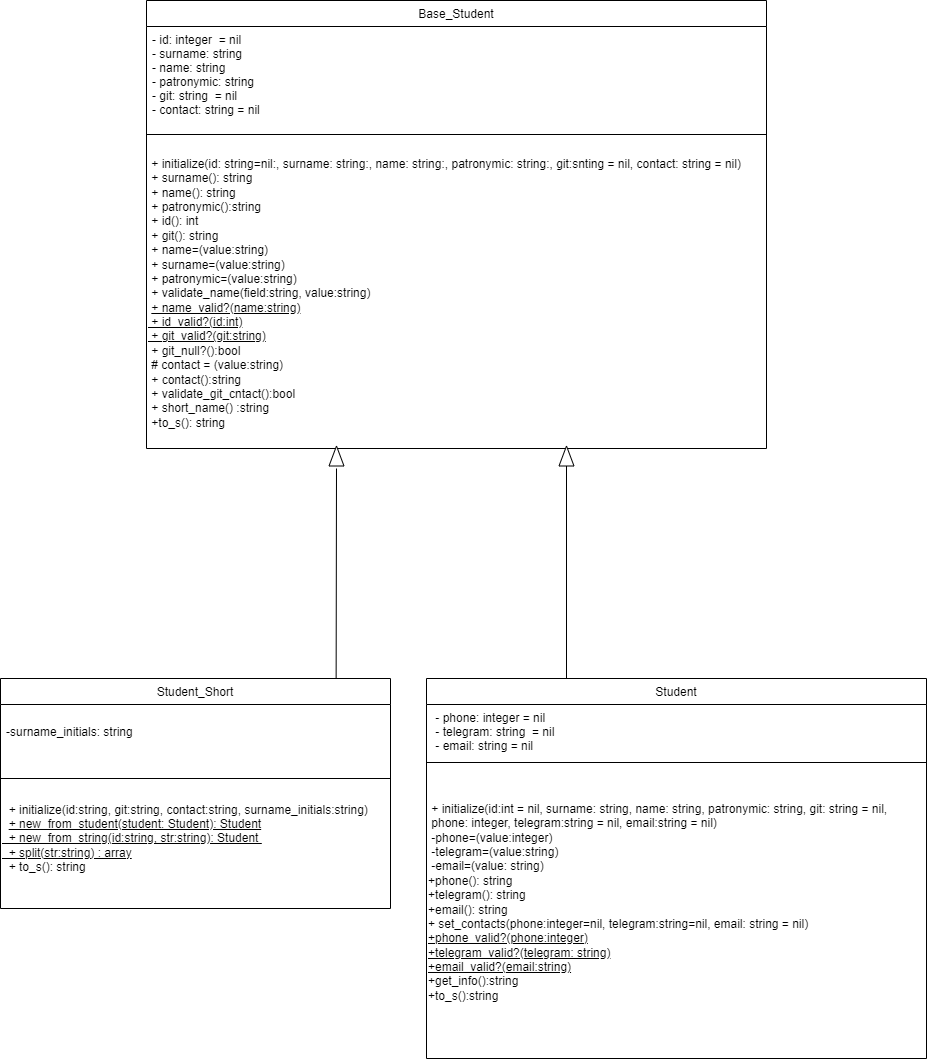
Above: student3/Student.png in ChlnCh0pa/ruby1 (draw.io), before the change. Source tidied: cells renumbered, new cells last; positions are measured from the earlier drawing's top-left corner, leaving out a move shared by most shapes.
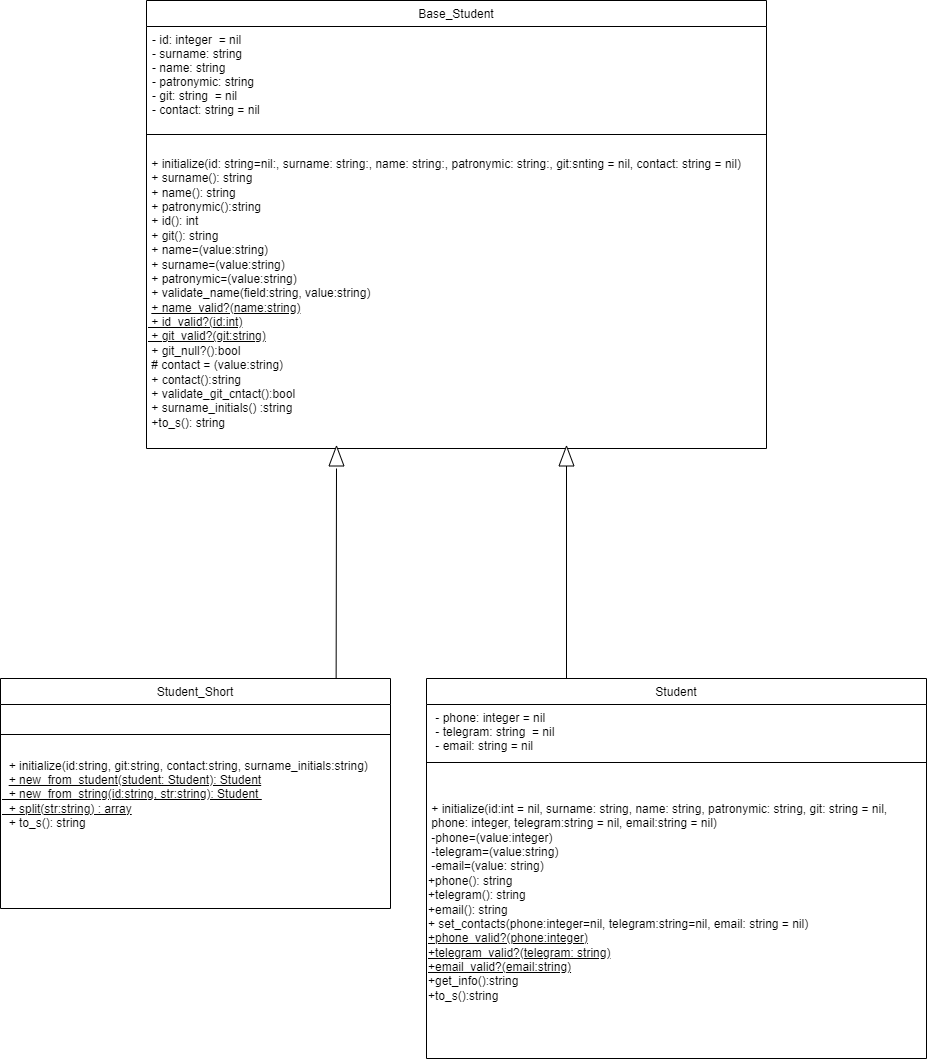
After the change.

Commit message:
Lab2. Final update diagramm

What changed in the source:
```diff
@@ -11,7 +11,7 @@
     <mxCell id="4" style="line;html=1;strokeWidth=1;align=left;verticalAlign=middle;spacingTop=-1;spacingLeft=3;spacingRight=3;labelPosition=right;" parent="2" vertex="1">
       <mxGeometry y="130" width="620" height="8" as="geometry" />
     </mxCell>
-    <mxCell id="5" value="&lt;span style=&quot;text-wrap: nowrap;&quot;&gt;&amp;nbsp;+ initialize(id: string=nil:, surname: string:, name: string:, patronymic: string:, git:snting = nil, contact: string = nil)&amp;nbsp;&lt;/span&gt;&lt;br style=&quot;padding: 0px; margin: 0px; text-wrap: nowrap;&quot;&gt;&lt;span style=&quot;text-wrap: nowrap;&quot;&gt;&amp;nbsp;+ surname(): string&amp;nbsp;&lt;/span&gt;&lt;br style=&quot;padding: 0px; margin: 0px; text-wrap: nowrap;&quot;&gt;&lt;span style=&quot;text-wrap: nowrap;&quot;&gt;&amp;nbsp;+ name(): string&amp;nbsp; &amp;nbsp;&amp;nbsp;&lt;/span&gt;&lt;br style=&quot;padding: 0px; margin: 0px; text-wrap: nowrap;&quot;&gt;&lt;span style=&quot;text-wrap: nowrap;&quot;&gt;&amp;nbsp;+ patronymic():string&amp;nbsp;&lt;/span&gt;&lt;br style=&quot;padding: 0px; margin: 0px; text-wrap: nowrap;&quot;&gt;&lt;span style=&quot;text-wrap: nowrap;&quot;&gt;&amp;nbsp;+ id(): int&amp;nbsp; &amp;nbsp; &amp;nbsp;&lt;/span&gt;&lt;br style=&quot;padding: 0px; margin: 0px; text-wrap: nowrap;&quot;&gt;&lt;span style=&quot;text-wrap: nowrap;&quot;&gt;&amp;nbsp;+ git(): string&amp;nbsp; &amp;nbsp;&amp;nbsp;&lt;/span&gt;&lt;div&gt;&lt;span style=&quot;text-wrap: nowrap;&quot;&gt;&amp;nbsp;+ name=(value:string)&lt;/span&gt;&lt;br style=&quot;padding: 0px; margin: 0px; text-wrap: nowrap;&quot;&gt;&lt;span style=&quot;text-wrap: nowrap;&quot;&gt;&amp;nbsp;+ surname=(value:string)&lt;/span&gt;&lt;br style=&quot;padding: 0px; margin: 0px; text-wrap: nowrap;&quot;&gt;&lt;span style=&quot;text-wrap: nowrap;&quot;&gt;&amp;nbsp;+ patronymic=(value:string)&lt;/span&gt;&lt;br style=&quot;padding: 0px; margin: 0px; text-wrap: nowrap;&quot;&gt;&lt;span style=&quot;text-wrap: nowrap;&quot;&gt;&amp;nbsp;+ validate_name(field:string, value:string)&lt;/span&gt;&lt;br style=&quot;padding: 0px; margin: 0px; text-wrap: nowrap;&quot;&gt;&lt;span style=&quot;text-wrap: nowrap;&quot;&gt;&amp;nbsp;&lt;u&gt;+ name_valid?(name:string)&lt;/u&gt;&lt;/span&gt;&lt;u&gt;&lt;br style=&quot;padding: 0px; margin: 0px; text-wrap: nowrap;&quot;&gt;&lt;span style=&quot;text-wrap: nowrap;&quot;&gt;&amp;nbsp;+ id_valid?(id:int)&lt;/span&gt;&lt;br style=&quot;padding: 0px; margin: 0px; text-wrap: nowrap;&quot;&gt;&lt;span style=&quot;text-wrap: nowrap;&quot;&gt;&amp;nbsp;+ git_valid?(git:string)&lt;/span&gt;&lt;/u&gt;&lt;br style=&quot;padding: 0px; margin: 0px; text-wrap: nowrap;&quot;&gt;&lt;span style=&quot;text-wrap: nowrap;&quot;&gt;&amp;nbsp;+ git_null?():bool&lt;/span&gt;&lt;br style=&quot;padding: 0px; margin: 0px; text-wrap: nowrap;&quot;&gt;&lt;span style=&quot;text-wrap: nowrap;&quot;&gt;&amp;nbsp;# contact = (value:string)&lt;/span&gt;&lt;br style=&quot;padding: 0px; margin: 0px; text-wrap: nowrap;&quot;&gt;&lt;span style=&quot;text-wrap: nowrap;&quot;&gt;&amp;nbsp;+ contact():string&lt;/span&gt;&lt;br style=&quot;padding: 0px; margin: 0px; text-wrap: nowrap;&quot;&gt;&lt;span style=&quot;text-wrap: nowrap;&quot;&gt;&amp;nbsp;+ validate_git_cntact():bool&lt;/span&gt;&lt;br style=&quot;padding: 0px; margin: 0px; text-wrap: nowrap;&quot;&gt;&lt;span style=&quot;text-wrap: nowrap;&quot;&gt;&amp;nbsp;+ short_name() :string&lt;/span&gt;&lt;br style=&quot;padding: 0px; margin: 0px; text-wrap: nowrap;&quot;&gt;&lt;span style=&quot;text-wrap: nowrap;&quot;&gt;&amp;nbsp;+to_s(): string&amp;nbsp;&lt;/span&gt;&lt;/div&gt;" style="text;html=1;align=left;verticalAlign=middle;whiteSpace=wrap;rounded=0;" parent="2" vertex="1">
+    <mxCell id="5" value="&lt;span style=&quot;text-wrap: nowrap;&quot;&gt;&amp;nbsp;+ initialize(id: string=nil:, surname: string:, name: string:, patronymic: string:, git:snting = nil, contact: string = nil)&amp;nbsp;&lt;/span&gt;&lt;br style=&quot;padding: 0px; margin: 0px; text-wrap: nowrap;&quot;&gt;&lt;span style=&quot;text-wrap: nowrap;&quot;&gt;&amp;nbsp;+ surname(): string&amp;nbsp;&lt;/span&gt;&lt;br style=&quot;padding: 0px; margin: 0px; text-wrap: nowrap;&quot;&gt;&lt;span style=&quot;text-wrap: nowrap;&quot;&gt;&amp;nbsp;+ name(): string&amp;nbsp; &amp;nbsp;&amp;nbsp;&lt;/span&gt;&lt;br style=&quot;padding: 0px; margin: 0px; text-wrap: nowrap;&quot;&gt;&lt;span style=&quot;text-wrap: nowrap;&quot;&gt;&amp;nbsp;+ patronymic():string&amp;nbsp;&lt;/span&gt;&lt;br style=&quot;padding: 0px; margin: 0px; text-wrap: nowrap;&quot;&gt;&lt;span style=&quot;text-wrap: nowrap;&quot;&gt;&amp;nbsp;+ id(): int&amp;nbsp; &amp;nbsp; &amp;nbsp;&lt;/span&gt;&lt;br style=&quot;padding: 0px; margin: 0px; text-wrap: nowrap;&quot;&gt;&lt;span style=&quot;text-wrap: nowrap;&quot;&gt;&amp;nbsp;+ git(): string&amp;nbsp; &amp;nbsp;&amp;nbsp;&lt;/span&gt;&lt;div&gt;&lt;span style=&quot;text-wrap: nowrap;&quot;&gt;&amp;nbsp;+ name=(value:string)&lt;/span&gt;&lt;br style=&quot;padding: 0px; margin: 0px; text-wrap: nowrap;&quot;&gt;&lt;span style=&quot;text-wrap: nowrap;&quot;&gt;&amp;nbsp;+ surname=(value:string)&lt;/span&gt;&lt;br style=&quot;padding: 0px; margin: 0px; text-wrap: nowrap;&quot;&gt;&lt;span style=&quot;text-wrap: nowrap;&quot;&gt;&amp;nbsp;+ patronymic=(value:string)&lt;/span&gt;&lt;br style=&quot;padding: 0px; margin: 0px; text-wrap: nowrap;&quot;&gt;&lt;span style=&quot;text-wrap: nowrap;&quot;&gt;&amp;nbsp;+ validate_name(field:string, value:string)&lt;/span&gt;&lt;br style=&quot;padding: 0px; margin: 0px; text-wrap: nowrap;&quot;&gt;&lt;span style=&quot;text-wrap: nowrap;&quot;&gt;&amp;nbsp;&lt;u&gt;+ name_valid?(name:string)&lt;/u&gt;&lt;/span&gt;&lt;u&gt;&lt;br style=&quot;padding: 0px; margin: 0px; text-wrap: nowrap;&quot;&gt;&lt;span style=&quot;text-wrap: nowrap;&quot;&gt;&amp;nbsp;+ id_valid?(id:int)&lt;/span&gt;&lt;br style=&quot;padding: 0px; margin: 0px; text-wrap: nowrap;&quot;&gt;&lt;span style=&quot;text-wrap: nowrap;&quot;&gt;&amp;nbsp;+ git_valid?(git:string)&lt;/span&gt;&lt;/u&gt;&lt;br style=&quot;padding: 0px; margin: 0px; text-wrap: nowrap;&quot;&gt;&lt;span style=&quot;text-wrap: nowrap;&quot;&gt;&amp;nbsp;+ git_null?():bool&lt;/span&gt;&lt;br style=&quot;padding: 0px; margin: 0px; text-wrap: nowrap;&quot;&gt;&lt;span style=&quot;text-wrap: nowrap;&quot;&gt;&amp;nbsp;# contact = (value:string)&lt;/span&gt;&lt;br style=&quot;padding: 0px; margin: 0px; text-wrap: nowrap;&quot;&gt;&lt;span style=&quot;text-wrap: nowrap;&quot;&gt;&amp;nbsp;+ contact():string&lt;/span&gt;&lt;br style=&quot;padding: 0px; margin: 0px; text-wrap: nowrap;&quot;&gt;&lt;span style=&quot;text-wrap: nowrap;&quot;&gt;&amp;nbsp;+ validate_git_cntact():bool&lt;/span&gt;&lt;br style=&quot;padding: 0px; margin: 0px; text-wrap: nowrap;&quot;&gt;&lt;span style=&quot;text-wrap: nowrap;&quot;&gt;&amp;nbsp;+ surname_initials() :string&lt;/span&gt;&lt;br style=&quot;padding: 0px; margin: 0px; text-wrap: nowrap;&quot;&gt;&lt;span style=&quot;text-wrap: nowrap;&quot;&gt;&amp;nbsp;+to_s(): string&amp;nbsp;&lt;/span&gt;&lt;/div&gt;" style="text;html=1;align=left;verticalAlign=middle;whiteSpace=wrap;rounded=0;" parent="2" vertex="1">
       <mxGeometry y="138" width="620" height="310" as="geometry" />
     </mxCell>
     <mxCell id="6" value="Student" style="swimlane;fontStyle=0;align=center;verticalAlign=top;horizontal=1;startSize=26;rounded=0;shadow=0;strokeWidth=1;" parent="1" vertex="1">
@@ -29,14 +29,11 @@
     <mxCell id="10" value="Student_Short" style="swimlane;fontStyle=0;align=center;verticalAlign=top;horizontal=1;startSize=26;rounded=0;shadow=0;strokeWidth=1;" parent="1" vertex="1">
       <mxGeometry y="678" width="390" height="230" as="geometry" />
     </mxCell>
-    <mxCell id="11" value="&#10;-surname_initials: string" style="text;align=left;verticalAlign=top;spacingLeft=4;spacingRight=4;overflow=hidden;rounded=0;shadow=0;html=0;" parent="10" vertex="1">
-      <mxGeometry y="26" width="390" height="44" as="geometry" />
-    </mxCell>
     <mxCell id="12" style="line;html=1;strokeWidth=1;align=left;verticalAlign=middle;spacingTop=-1;spacingLeft=3;spacingRight=3;labelPosition=right;" parent="10" vertex="1">
-      <mxGeometry y="70" width="390" height="60" as="geometry" />
+      <mxGeometry y="26" width="390" height="60" as="geometry" />
     </mxCell>
     <mxCell id="13" value="&lt;span style=&quot;text-wrap: nowrap;&quot;&gt;&amp;nbsp; + initialize(id:string, git:string, contact:string, surname_initials:string)&lt;/span&gt;&lt;br style=&quot;padding: 0px; margin: 0px; text-wrap: nowrap;&quot;&gt;&lt;span style=&quot;text-wrap: nowrap;&quot;&gt;&amp;nbsp; &lt;u&gt;+ new_from_student(student: Student): Student&lt;/u&gt;&lt;/span&gt;&lt;u&gt;&lt;br style=&quot;padding: 0px; margin: 0px; text-wrap: nowrap;&quot;&gt;&lt;span style=&quot;text-wrap: nowrap;&quot;&gt;&amp;nbsp; + new_from_string(id:string, str:string): Student&amp;nbsp;&lt;/span&gt;&lt;br style=&quot;padding: 0px; margin: 0px; text-wrap: nowrap;&quot;&gt;&lt;span style=&quot;text-wrap: nowrap;&quot;&gt;&amp;nbsp; + split(str:string) : array&lt;/span&gt;&lt;/u&gt;&lt;br style=&quot;padding: 0px; margin: 0px; text-wrap: nowrap;&quot;&gt;&lt;span style=&quot;text-wrap: nowrap;&quot;&gt;&amp;nbsp; + to_s(): string&amp;nbsp;&amp;nbsp;&lt;/span&gt;" style="text;html=1;align=left;verticalAlign=middle;whiteSpace=wrap;rounded=0;" parent="10" vertex="1">
-      <mxGeometry y="130" width="390" height="60" as="geometry" />
+      <mxGeometry y="86" width="390" height="60" as="geometry" />
     </mxCell>
     <mxCell id="14" style="endArrow=none;html=1;rounded=0;" parent="1" edge="1" source="18">
       <mxGeometry relative="1" as="geometry">
```
